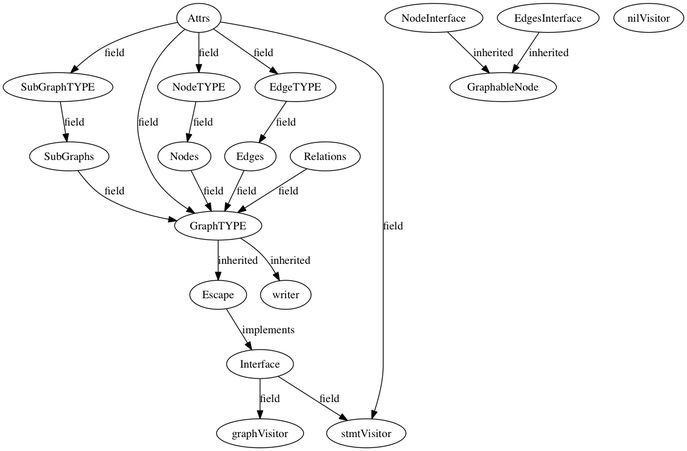
FireGoblin/golangTypeGraph keeps this Graphviz diagram as code_examples/gographviz/gographviz.png. Above is the earlier version. Its source is kept beside it as code_examples/gographviz/gographviz.dot. The source it was exported from:
```dot
digraph gographviz {
	Attrs->NodeTYPE[ label=field ];
	NodeTYPE->Nodes[ label=field ];
	Attrs->SubGraphTYPE[ label=field ];
	SubGraphTYPE->SubGraphs[ label=field ];
	GraphTYPE->writer[ label=inherited ];
	Interface->stmtVisitor[ label=field ];
	Attrs->stmtVisitor[ label=field ];
	Interface->graphVisitor[ label=field ];
	Attrs->EdgeTYPE[ label=field ];
	EdgeTYPE->Edges[ label=field ];
	GraphTYPE->Escape[ label=inherited ];
	Attrs->GraphTYPE[ label=field ];
	Nodes->GraphTYPE[ label=field ];
	Edges->GraphTYPE[ label=field ];
	SubGraphs->GraphTYPE[ label=field ];
	Relations->GraphTYPE[ label=field ];
	Escape->Interface[ label=implements ];
	NodeInterface->GraphableNode[ label=inherited ];
	EdgesInterface->GraphableNode[ label=inherited ];
	Attrs;
	EdgeTYPE;
	Edges;
	EdgesInterface;
	Escape;
	GraphTYPE;
	GraphableNode;
	Interface;
	NodeInterface;
	NodeTYPE;
	Nodes;
	Relations;
	SubGraphTYPE;
	SubGraphs;
	graphVisitor;
	nilVisitor;
	stmtVisitor;
	writer;

}
```
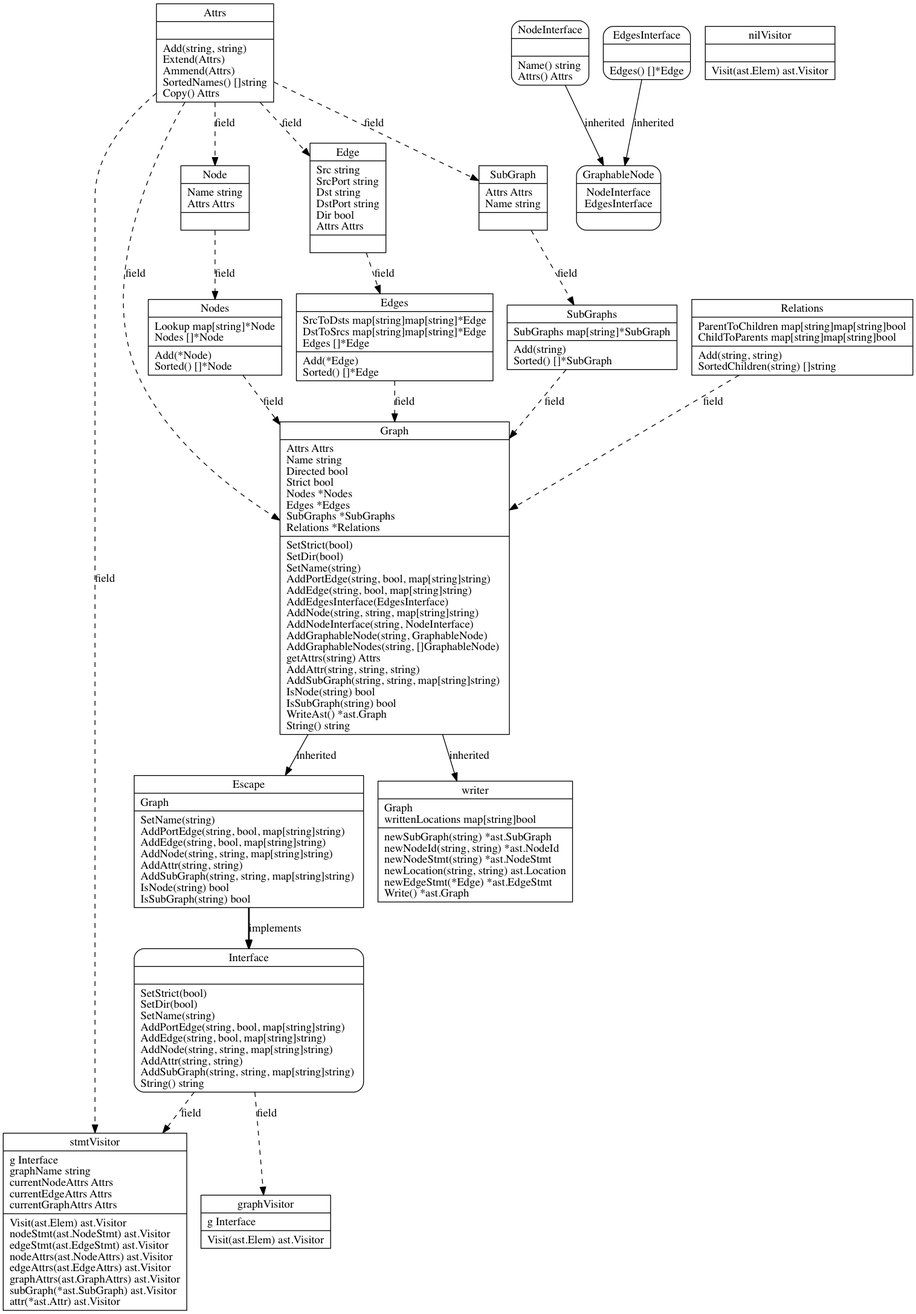
Above is the later version.

What changed in the source:
```diff
@@ -1,40 +1,40 @@
 digraph gographviz {
-	Attrs->NodeTYPE[ label=field ];
-	NodeTYPE->Nodes[ label=field ];
-	Attrs->SubGraphTYPE[ label=field ];
-	SubGraphTYPE->SubGraphs[ label=field ];
-	GraphTYPE->writer[ label=inherited ];
-	Interface->stmtVisitor[ label=field ];
-	Attrs->stmtVisitor[ label=field ];
-	Interface->graphVisitor[ label=field ];
-	Attrs->EdgeTYPE[ label=field ];
-	EdgeTYPE->Edges[ label=field ];
-	GraphTYPE->Escape[ label=inherited ];
-	Attrs->GraphTYPE[ label=field ];
-	Nodes->GraphTYPE[ label=field ];
-	Edges->GraphTYPE[ label=field ];
-	SubGraphs->GraphTYPE[ label=field ];
-	Relations->GraphTYPE[ label=field ];
-	Escape->Interface[ label=implements ];
-	NodeInterface->GraphableNode[ label=inherited ];
-	EdgesInterface->GraphableNode[ label=inherited ];
-	Attrs;
-	EdgeTYPE;
-	Edges;
-	EdgesInterface;
-	Escape;
-	GraphTYPE;
-	GraphableNode;
-	Interface;
-	NodeInterface;
-	NodeTYPE;
-	Nodes;
-	Relations;
-	SubGraphTYPE;
-	SubGraphs;
-	graphVisitor;
-	nilVisitor;
-	stmtVisitor;
-	writer;
+	Interface->stmtVisitor[ label=field, style=dashed ];
+	Attrs->stmtVisitor[ label=field, style=dashed ];
+	Interface->graphVisitor[ label=field, style=dashed ];
+	GraphTYPE->Escape[ label=inherited, style=solid ];
+	Attrs->GraphTYPE[ label=field, style=dashed ];
+	Nodes->GraphTYPE[ label=field, style=dashed ];
+	Edges->GraphTYPE[ label=field, style=dashed ];
+	SubGraphs->GraphTYPE[ label=field, style=dashed ];
+	Relations->GraphTYPE[ label=field, style=dashed ];
+	Attrs->NodeTYPE[ label=field, style=dashed ];
+	NodeTYPE->Nodes[ label=field, style=dashed ];
+	GraphTYPE->writer[ label=inherited, style=solid ];
+	Attrs->EdgeTYPE[ label=field, style=dashed ];
+	EdgeTYPE->Edges[ label=field, style=dashed ];
+	Attrs->SubGraphTYPE[ label=field, style=dashed ];
+	SubGraphTYPE->SubGraphs[ label=field, style=dashed ];
+	Escape->Interface[ label=implements, style=bold ];
+	NodeInterface->GraphableNode[ label=inherited, style=solid ];
+	EdgesInterface->GraphableNode[ label=inherited, style=solid ];
+	Attrs [ label="{Attrs||Add(string, string) \lExtend(Attrs) \lAmmend(Attrs) \lSortedNames() []string\lCopy() Attrs\l}", shape=record ];
+	EdgeTYPE [ label="{Edge|Src string\lSrcPort string\lDst string\lDstPort string\lDir bool\lAttrs Attrs\l|}", shape=record ];
+	Edges [ label="{Edges|SrcToDsts map[string]map[string]*Edge\lDstToSrcs map[string]map[string]*Edge\lEdges []*Edge\l|Add(*Edge) \lSorted() []*Edge\l}", shape=record ];
+	EdgesInterface [ label="{EdgesInterface||Edges() []*Edge\l}", shape=Mrecord ];
+	Escape [ label="{Escape|Graph\l|SetName(string) \lAddPortEdge(string, bool, map[string]string) \lAddEdge(string, bool, map[string]string) \lAddNode(string, string, map[string]string) \lAddAttr(string, string) \lAddSubGraph(string, string, map[string]string) \lIsNode(string) bool\lIsSubGraph(string) bool\l}", shape=record ];
+	GraphTYPE [ label="{Graph|Attrs Attrs\lName string\lDirected bool\lStrict bool\lNodes *Nodes\lEdges *Edges\lSubGraphs *SubGraphs\lRelations *Relations\l|SetStrict(bool) \lSetDir(bool) \lSetName(string) \lAddPortEdge(string, bool, map[string]string) \lAddEdge(string, bool, map[string]string) \lAddEdgesInterface(EdgesInterface) \lAddNode(string, string, map[string]string) \lAddNodeInterface(string, NodeInterface) \lAddGraphableNode(string, GraphableNode) \lAddGraphableNodes(string, []GraphableNode) \lgetAttrs(string) Attrs\lAddAttr(string, string, string) \lAddSubGraph(string, string, map[string]string) \lIsNode(string) bool\lIsSubGraph(string) bool\lWriteAst() *ast.Graph\lString() string\l}", shape=record ];
+	GraphableNode [ label="{GraphableNode|NodeInterface\nEdgesInterface\n|}", shape=Mrecord ];
+	Interface [ label="{Interface||SetStrict(bool) \lSetDir(bool) \lSetName(string) \lAddPortEdge(string, bool, map[string]string) \lAddEdge(string, bool, map[string]string) \lAddNode(string, string, map[string]string) \lAddAttr(string, string) \lAddSubGraph(string, string, map[string]string) \lString() string\l}", shape=Mrecord ];
+	NodeInterface [ label="{NodeInterface||Name() string\lAttrs() Attrs\l}", shape=Mrecord ];
+	NodeTYPE [ label="{Node|Name string\lAttrs Attrs\l|}", shape=record ];
+	Nodes [ label="{Nodes|Lookup map[string]*Node\lNodes []*Node\l|Add(*Node) \lSorted() []*Node\l}", shape=record ];
+	Relations [ label="{Relations|ParentToChildren map[string]map[string]bool\lChildToParents map[string]map[string]bool\l|Add(string, string) \lSortedChildren(string) []string\l}", shape=record ];
+	SubGraphTYPE [ label="{SubGraph|Attrs Attrs\lName string\l|}", shape=record ];
+	SubGraphs [ label="{SubGraphs|SubGraphs map[string]*SubGraph\l|Add(string) \lSorted() []*SubGraph\l}", shape=record ];
+	graphVisitor [ label="{graphVisitor|g Interface\l|Visit(ast.Elem) ast.Visitor\l}", shape=record ];
+	nilVisitor [ label="{nilVisitor||Visit(ast.Elem) ast.Visitor\l}", shape=record ];
+	stmtVisitor [ label="{stmtVisitor|g Interface\lgraphName string\lcurrentNodeAttrs Attrs\lcurrentEdgeAttrs Attrs\lcurrentGraphAttrs Attrs\l|Visit(ast.Elem) ast.Visitor\lnodeStmt(ast.NodeStmt) ast.Visitor\ledgeStmt(ast.EdgeStmt) ast.Visitor\lnodeAttrs(ast.NodeAttrs) ast.Visitor\ledgeAttrs(ast.EdgeAttrs) ast.Visitor\lgraphAttrs(ast.GraphAttrs) ast.Visitor\lsubGraph(*ast.SubGraph) ast.Visitor\lattr(*ast.Attr) ast.Visitor\l}", shape=record ];
+	writer [ label="{writer|Graph\lwrittenLocations map[string]bool\l|newSubGraph(string) *ast.SubGraph\lnewNodeId(string, string) *ast.NodeId\lnewNodeStmt(string) *ast.NodeStmt\lnewLocation(string, string) ast.Location\lnewEdgeStmt(*Edge) *ast.EdgeStmt\lWrite() *ast.Graph\l}", shape=record ];
 
 }
```
